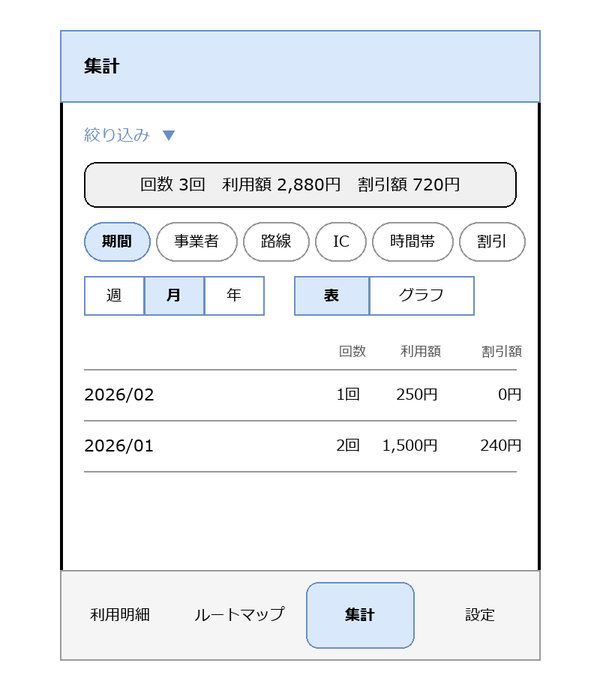
The draw.io diagram docs/systems/screens/images/SCR-006-aggregation-table.drawio.png in hnt1028/etc-meisai, before a commit. Source tidied: cells renumbered, new cells last; positions are measured from the earlier drawing's top-left corner, leaving out a move shared by most shapes.
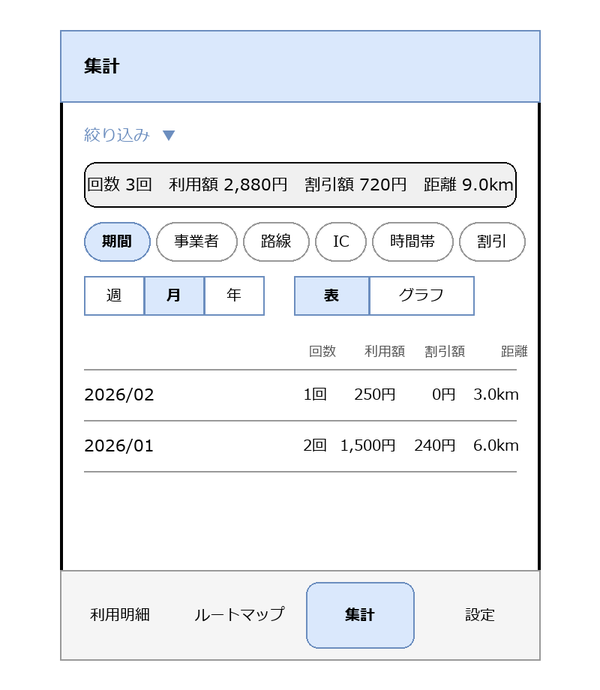
Above is the later version.

The edit, as a diff of the source:
```diff
@@ -11,7 +11,7 @@
     <mxCell id="4" value="絞り込み  ▼" style="text;html=1;align=left;verticalAlign=middle;fontSize=11;fontColor=#6c8ebf;" parent="1" vertex="1">
       <mxGeometry x="16" y="56" width="288" height="28" as="geometry" />
     </mxCell>
-    <mxCell id="5" value="回数 3回　利用額 2,880円　割引額 720円" style="rounded=1;whiteSpace=wrap;html=1;arcSize=20;fillColor=#f0f0f0;strokeColor=none;fontSize=11;" parent="1" vertex="1">
+    <mxCell id="5" value="回数 3回　利用額 2,880円　割引額 720円　距離 9.0km" style="rounded=1;whiteSpace=wrap;html=1;arcSize=20;fillColor=#f0f0f0;strokeColor=none;fontSize=11;" parent="1" vertex="1">
       <mxGeometry x="16" y="88" width="288" height="30" as="geometry" />
     </mxCell>
     <mxCell id="6" value="期間" style="rounded=1;whiteSpace=wrap;html=1;arcSize=50;fontSize=10;fillColor=#dae8fc;strokeColor=#6c8ebf;fontStyle=1;" parent="1" vertex="1">
@@ -48,70 +48,79 @@
       <mxGeometry x="206" y="164" width="70" height="26" as="geometry" />
     </mxCell>
     <mxCell id="17" value="回数" style="text;html=1;align=left;verticalAlign=middle;fontSize=9;fontColor=#555555;align=right;" parent="1" vertex="1">
-      <mxGeometry x="156" y="204" width="48" height="20" as="geometry" />
+      <mxGeometry x="136" y="204" width="48" height="20" as="geometry" />
     </mxCell>
     <mxCell id="18" value="利用額" style="text;html=1;align=left;verticalAlign=middle;fontSize=9;fontColor=#555555;align=right;" parent="1" vertex="1">
-      <mxGeometry x="206" y="204" width="48" height="20" as="geometry" />
+      <mxGeometry x="182" y="204" width="48" height="20" as="geometry" />
     </mxCell>
     <mxCell id="19" value="割引額" style="text;html=1;align=left;verticalAlign=middle;fontSize=9;fontColor=#555555;align=right;" parent="1" vertex="1">
-      <mxGeometry x="260" y="204" width="48" height="20" as="geometry" />
+      <mxGeometry x="222" y="204" width="48" height="20" as="geometry" />
     </mxCell>
-    <mxCell id="20" style="endArrow=none;html=1;strokeColor=#999999;" parent="1" edge="1">
-      <mxGeometry relative="1" as="geometry">
-        <mxPoint x="16" y="226" as="sourcePoint" />
-        <mxPoint x="304" y="226" as="targetPoint" />
-      </mxGeometry>
+    <mxCell id="20" value="距離" style="text;html=1;align=left;verticalAlign=middle;fontSize=9;fontColor=#555555;align=right;" parent="1" vertex="1">
+      <mxGeometry x="264" y="204" width="48" height="20" as="geometry" />
     </mxCell>
-    <mxCell id="21" value="2026/02" style="text;html=1;align=left;verticalAlign=middle;fontSize=11;" parent="1" vertex="1">
-      <mxGeometry x="16" y="230" width="110" height="26" as="geometry" />
+    <mxCell id="21" style="endArrow=none;html=1;strokeColor=#999999;" parent="1" edge="1">
+      <mxGeometry relative="1" as="geometry">
+        <mxPoint x="16" y="226" as="sourcePoint" />
+        <mxPoint x="304" y="226" as="targetPoint" />
+      </mxGeometry>
     </mxCell>
-    <mxCell id="22" value="1回" style="text;html=1;align=right;verticalAlign=middle;fontSize=10;" parent="1" vertex="1">
-      <mxGeometry x="148" y="230" width="52" height="26" as="geometry" />
+    <mxCell id="22" value="2026/02" style="text;html=1;align=left;verticalAlign=middle;fontSize=11;" parent="1" vertex="1">
+      <mxGeometry x="16" y="230" width="100" height="26" as="geometry" />
     </mxCell>
-    <mxCell id="23" value="250円" style="text;html=1;align=right;verticalAlign=middle;fontSize=10;" parent="1" vertex="1">
-      <mxGeometry x="200" y="230" width="52" height="26" as="geometry" />
+    <mxCell id="23" value="1回" style="text;html=1;align=right;verticalAlign=middle;fontSize=10;" parent="1" vertex="1">
+      <mxGeometry x="136" y="230" width="42" height="26" as="geometry" />
     </mxCell>
-    <mxCell id="24" value="0円" style="text;html=1;align=right;verticalAlign=middle;fontSize=10;" parent="1" vertex="1">
-      <mxGeometry x="256" y="230" width="52" height="26" as="geometry" />
+    <mxCell id="24" value="250円" style="text;html=1;align=right;verticalAlign=middle;fontSize=10;" parent="1" vertex="1">
+      <mxGeometry x="182" y="230" width="42" height="26" as="geometry" />
     </mxCell>
-    <mxCell id="25" style="endArrow=none;html=1;strokeColor=#999999;" parent="1" edge="1">
-      <mxGeometry relative="1" as="geometry">
-        <mxPoint x="16" y="260" as="sourcePoint" />
-        <mxPoint x="304" y="260" as="targetPoint" />
-      </mxGeometry>
+    <mxCell id="25" value="0円" style="text;html=1;align=right;verticalAlign=middle;fontSize=10;" parent="1" vertex="1">
+      <mxGeometry x="222" y="230" width="42" height="26" as="geometry" />
     </mxCell>
-    <mxCell id="26" value="2026/01" style="text;html=1;align=left;verticalAlign=middle;fontSize=11;" parent="1" vertex="1">
-      <mxGeometry x="16" y="264" width="110" height="26" as="geometry" />
+    <mxCell id="26" value="3.0km" style="text;html=1;align=right;verticalAlign=middle;fontSize=10;" parent="1" vertex="1">
+      <mxGeometry x="264" y="230" width="42" height="26" as="geometry" />
     </mxCell>
-    <mxCell id="27" value="2回" style="text;html=1;align=right;verticalAlign=middle;fontSize=10;" parent="1" vertex="1">
-      <mxGeometry x="148" y="264" width="52" height="26" as="geometry" />
+    <mxCell id="27" style="endArrow=none;html=1;strokeColor=#999999;" parent="1" edge="1">
+      <mxGeometry relative="1" as="geometry">
+        <mxPoint x="16" y="260" as="sourcePoint" />
+        <mxPoint x="304" y="260" as="targetPoint" />
+      </mxGeometry>
     </mxCell>
-    <mxCell id="28" value="1,500円" style="text;html=1;align=right;verticalAlign=middle;fontSize=10;" parent="1" vertex="1">
-      <mxGeometry x="200" y="264" width="52" height="26" as="geometry" />
+    <mxCell id="28" value="2026/01" style="text;html=1;align=left;verticalAlign=middle;fontSize=11;" parent="1" vertex="1">
+      <mxGeometry x="16" y="264" width="100" height="26" as="geometry" />
     </mxCell>
-    <mxCell id="29" value="240円" style="text;html=1;align=right;verticalAlign=middle;fontSize=10;" parent="1" vertex="1">
-      <mxGeometry x="256" y="264" width="52" height="26" as="geometry" />
+    <mxCell id="29" value="2回" style="text;html=1;align=right;verticalAlign=middle;fontSize=10;" parent="1" vertex="1">
+      <mxGeometry x="136" y="264" width="42" height="26" as="geometry" />
     </mxCell>
-    <mxCell id="30" style="endArrow=none;html=1;strokeColor=#999999;" parent="1" edge="1">
-      <mxGeometry relative="1" as="geometry">
-        <mxPoint x="16" y="294" as="sourcePoint" />
-        <mxPoint x="304" y="294" as="targetPoint" />
-      </mxGeometry>
+    <mxCell id="30" value="1,500円" style="text;html=1;align=right;verticalAlign=middle;fontSize=10;" parent="1" vertex="1">
+      <mxGeometry x="182" y="264" width="42" height="26" as="geometry" />
     </mxCell>
-    <mxCell id="31" style="rounded=0;whiteSpace=wrap;html=1;fillColor=#f5f5f5;strokeColor=#999999;" parent="1" vertex="1">
-      <mxGeometry y="360" width="320" height="60" as="geometry" />
+    <mxCell id="31" value="240円" style="text;html=1;align=right;verticalAlign=middle;fontSize=10;" parent="1" vertex="1">
+      <mxGeometry x="222" y="264" width="42" height="26" as="geometry" />
     </mxCell>
-    <mxCell id="32" value="利用明細" style="rounded=1;whiteSpace=wrap;html=1;arcSize=40;fontSize=10;fillColor=none;strokeColor=#f5f5f5;" parent="1" vertex="1">
-      <mxGeometry x="4" y="368" width="72" height="44" as="geometry" />
+    <mxCell id="32" value="6.0km" style="text;html=1;align=right;verticalAlign=middle;fontSize=10;" parent="1" vertex="1">
+      <mxGeometry x="264" y="264" width="42" height="26" as="geometry" />
     </mxCell>
-    <mxCell id="33" value="ルートマップ" style="rounded=1;whiteSpace=wrap;html=1;arcSize=40;fontSize=10;fillColor=none;strokeColor=#f5f5f5;" parent="1" vertex="1">
-      <mxGeometry x="84" y="368" width="72" height="44" as="geometry" />
+    <mxCell id="33" style="endArrow=none;html=1;strokeColor=#999999;" parent="1" edge="1">
+      <mxGeometry relative="1" as="geometry">
+        <mxPoint x="16" y="294" as="sourcePoint" />
+        <mxPoint x="304" y="294" as="targetPoint" />
+      </mxGeometry>
     </mxCell>
-    <mxCell id="34" value="集計" style="rounded=1;whiteSpace=wrap;html=1;arcSize=40;fontSize=10;fillColor=#dae8fc;strokeColor=#6c8ebf;fontStyle=1;" parent="1" vertex="1">
-      <mxGeometry x="164" y="368" width="72" height="44" as="geometry" />
+    <mxCell id="34" style="rounded=0;whiteSpace=wrap;html=1;fillColor=#f5f5f5;strokeColor=#999999;" parent="1" vertex="1">
+      <mxGeometry y="360" width="320" height="60" as="geometry" />
     </mxCell>
-    <mxCell id="35" value="設定" style="rounded=1;whiteSpace=wrap;html=1;arcSize=40;fontSize=10;fillColor=none;strokeColor=#f5f5f5;" parent="1" vertex="1">
-      <mxGeometry x="244" y="368" width="72" height="44" as="geometry" />
+    <mxCell id="35" value="利用明細" style="rounded=1;whiteSpace=wrap;html=1;arcSize=40;fontSize=10;fillColor=none;strokeColor=#f5f5f5;" parent="1" vertex="1">
+      <mxGeometry x="4" y="368" width="72" height="44" as="geometry" />
     </mxCell>
+    <mxCell id="36" value="ルートマップ" style="rounded=1;whiteSpace=wrap;html=1;arcSize=40;fontSize=10;fillColor=none;strokeColor=#f5f5f5;" parent="1" vertex="1">
+      <mxGeometry x="84" y="368" width="72" height="44" as="geometry" />
+    </mxCell>
+    <mxCell id="37" value="集計" style="rounded=1;whiteSpace=wrap;html=1;arcSize=40;fontSize=10;fillColor=#dae8fc;strokeColor=#6c8ebf;fontStyle=1;" parent="1" vertex="1">
+      <mxGeometry x="164" y="368" width="72" height="44" as="geometry" />
+    </mxCell>
+    <mxCell id="38" value="設定" style="rounded=1;whiteSpace=wrap;html=1;arcSize=40;fontSize=10;fillColor=none;strokeColor=#f5f5f5;" parent="1" vertex="1">
+      <mxGeometry x="244" y="368" width="72" height="44" as="geometry" />
+    </mxCell>
   </root>
 </mxGraphModel>
```
